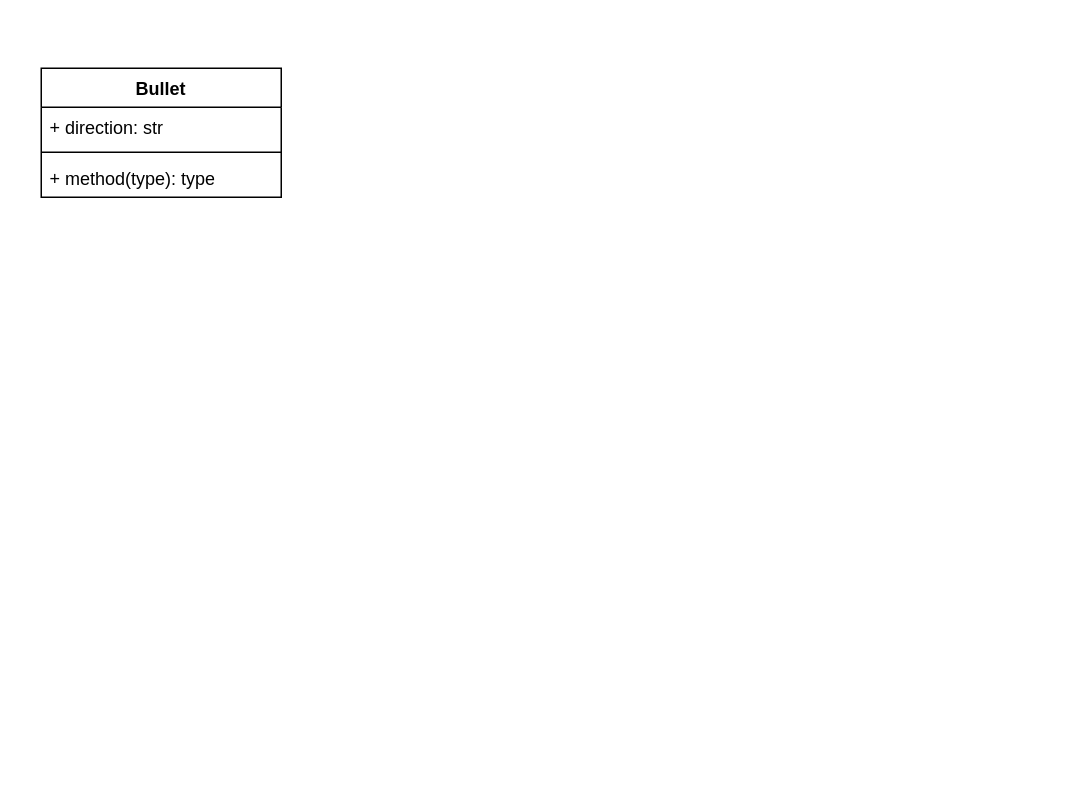
Earlier version of the draw.io diagram TankWar.drawio (hayden-pzhou/drawioChart). Source tidied: cells renumbered, new cells numbered last; positions are measured from the earlier drawing's top-left corner, leaving out a move shared by most shapes. Both pictures are drawn from the tidied source at 150%, with x=0, y=0 at pixel (40, 68).
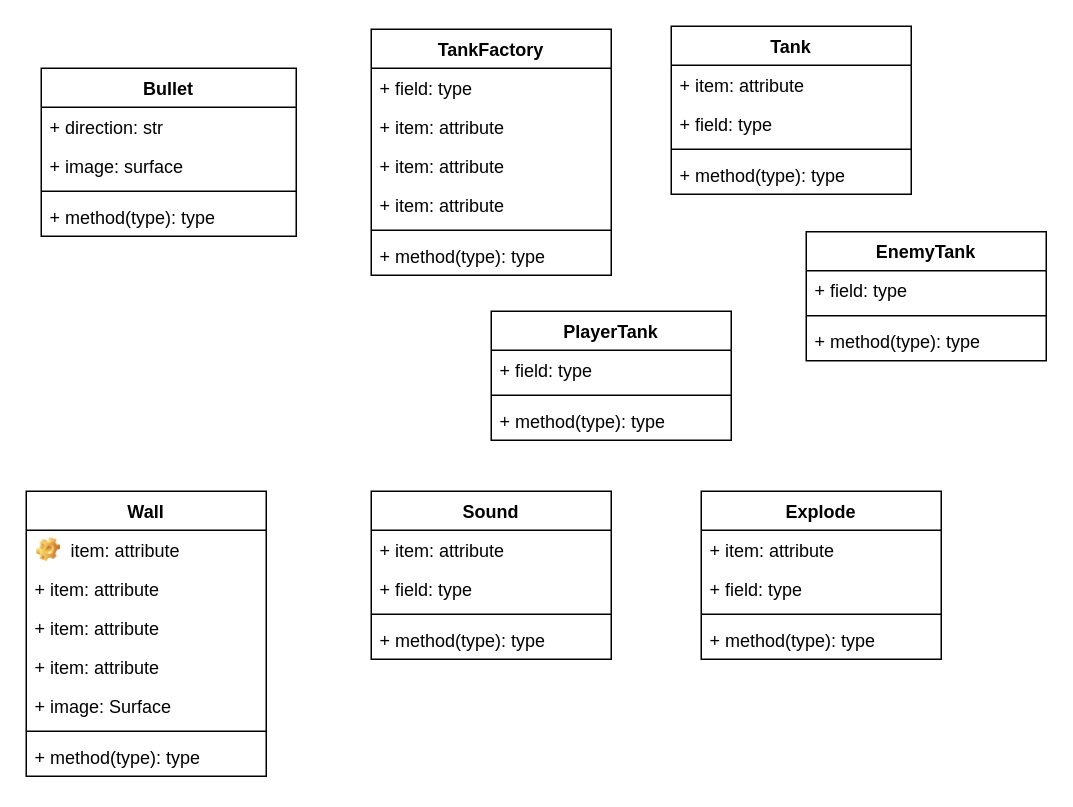
The same diagram, later.

Diff of the diagram source:
```diff
@@
     <mxCell id="2" value="Bullet" style="swimlane;fontStyle=1;align=center;verticalAlign=top;horizontal=1;startSize=26;whiteSpace=wrap;html=1;" parent="1" vertex="1">
-      <mxGeometry width="160" height="86" as="geometry" />
+      <mxGeometry width="170" height="112" as="geometry" />
     </mxCell>
     <mxCell id="3" value="+ direction: str&lt;br&gt;" style="text;strokeColor=none;fillColor=none;align=left;verticalAlign=top;spacingLeft=4;spacingRight=4;overflow=hidden;whiteSpace=wrap;html=1;" parent="2" vertex="1">
-      <mxGeometry y="26" width="160" height="26" as="geometry" />
+      <mxGeometry y="26" width="170" height="26" as="geometry" />
     </mxCell>
+    <mxCell id="6" value="+ image: surface" style="text;strokeColor=none;fillColor=none;align=left;verticalAlign=top;spacingLeft=4;spacingRight=4;overflow=hidden;whiteSpace=wrap;html=1;" parent="2" vertex="1">
+      <mxGeometry y="52" width="170" height="26" as="geometry" />
+    </mxCell>
     <mxCell id="4" style="line;strokeWidth=1;fillColor=none;align=left;verticalAlign=middle;spacingTop=-1;spacingLeft=3;spacingRight=3;labelPosition=right;strokeColor=inherit;" parent="2" vertex="1">
-      <mxGeometry y="52" width="160" height="8" as="geometry" />
+      <mxGeometry y="78" width="170" height="8" as="geometry" />
     </mxCell>
     <mxCell id="5" value="+ method(type): type" style="text;strokeColor=none;fillColor=none;align=left;verticalAlign=top;spacingLeft=4;spacingRight=4;overflow=hidden;whiteSpace=wrap;html=1;" parent="2" vertex="1">
-      <mxGeometry y="60" width="160" height="26" as="geometry" />
+      <mxGeometry y="86" width="170" height="26" as="geometry" />
     </mxCell>
+    <mxCell id="7" value="Tank" style="swimlane;fontStyle=1;align=center;verticalAlign=top;horizontal=1;startSize=26;whiteSpace=wrap;html=1;" parent="1" vertex="1">
+      <mxGeometry x="420" y="-28" width="160" height="112" as="geometry" />
+    </mxCell>
+    <mxCell id="8" value="+ item: attribute" style="text;strokeColor=none;fillColor=none;align=left;verticalAlign=top;spacingLeft=4;spacingRight=4;overflow=hidden;whiteSpace=wrap;html=1;" parent="7" vertex="1">
+      <mxGeometry y="26" width="160" height="26" as="geometry" />
+    </mxCell>
+    <mxCell id="9" value="+ field: type" style="text;strokeColor=none;fillColor=none;align=left;verticalAlign=top;spacingLeft=4;spacingRight=4;overflow=hidden;whiteSpace=wrap;html=1;" parent="7" vertex="1">
+      <mxGeometry y="52" width="160" height="26" as="geometry" />
+    </mxCell>
+    <mxCell id="10" style="line;strokeWidth=1;fillColor=none;align=left;verticalAlign=middle;spacingTop=-1;spacingLeft=3;spacingRight=3;labelPosition=right;strokeColor=inherit;" parent="7" vertex="1">
+      <mxGeometry y="78" width="160" height="8" as="geometry" />
+    </mxCell>
+    <mxCell id="11" value="+ method(type): type" style="text;strokeColor=none;fillColor=none;align=left;verticalAlign=top;spacingLeft=4;spacingRight=4;overflow=hidden;whiteSpace=wrap;html=1;" parent="7" vertex="1">
+      <mxGeometry y="86" width="160" height="26" as="geometry" />
+    </mxCell>
+    <mxCell id="12" value="Explode" style="swimlane;fontStyle=1;align=center;verticalAlign=top;horizontal=1;startSize=26;whiteSpace=wrap;html=1;" parent="1" vertex="1">
+      <mxGeometry x="440" y="282" width="160" height="112" as="geometry" />
+    </mxCell>
+    <mxCell id="13" value="+ item: attribute" style="text;strokeColor=none;fillColor=none;align=left;verticalAlign=top;spacingLeft=4;spacingRight=4;overflow=hidden;whiteSpace=wrap;html=1;" parent="12" vertex="1">
+      <mxGeometry y="26" width="160" height="26" as="geometry" />
+    </mxCell>
+    <mxCell id="14" value="+ field: type" style="text;strokeColor=none;fillColor=none;align=left;verticalAlign=top;spacingLeft=4;spacingRight=4;overflow=hidden;whiteSpace=wrap;html=1;" parent="12" vertex="1">
+      <mxGeometry y="52" width="160" height="26" as="geometry" />
+    </mxCell>
+    <mxCell id="15" style="line;strokeWidth=1;fillColor=none;align=left;verticalAlign=middle;spacingTop=-1;spacingLeft=3;spacingRight=3;labelPosition=right;strokeColor=inherit;" parent="12" vertex="1">
+      <mxGeometry y="78" width="160" height="8" as="geometry" />
+    </mxCell>
+    <mxCell id="16" value="+ method(type): type" style="text;strokeColor=none;fillColor=none;align=left;verticalAlign=top;spacingLeft=4;spacingRight=4;overflow=hidden;whiteSpace=wrap;html=1;" parent="12" vertex="1">
+      <mxGeometry y="86" width="160" height="26" as="geometry" />
+    </mxCell>
+    <mxCell id="17" value="Sound" style="swimlane;fontStyle=1;align=center;verticalAlign=top;horizontal=1;startSize=26;whiteSpace=wrap;html=1;" parent="1" vertex="1">
+      <mxGeometry x="220" y="282" width="160" height="112" as="geometry" />
+    </mxCell>
+    <mxCell id="18" value="+ item: attribute" style="text;strokeColor=none;fillColor=none;align=left;verticalAlign=top;spacingLeft=4;spacingRight=4;overflow=hidden;whiteSpace=wrap;html=1;" parent="17" vertex="1">
+      <mxGeometry y="26" width="160" height="26" as="geometry" />
+    </mxCell>
+    <mxCell id="19" value="+ field: type" style="text;strokeColor=none;fillColor=none;align=left;verticalAlign=top;spacingLeft=4;spacingRight=4;overflow=hidden;whiteSpace=wrap;html=1;" parent="17" vertex="1">
+      <mxGeometry y="52" width="160" height="26" as="geometry" />
+    </mxCell>
+    <mxCell id="20" style="line;strokeWidth=1;fillColor=none;align=left;verticalAlign=middle;spacingTop=-1;spacingLeft=3;spacingRight=3;labelPosition=right;strokeColor=inherit;" parent="17" vertex="1">
+      <mxGeometry y="78" width="160" height="8" as="geometry" />
+    </mxCell>
+    <mxCell id="21" value="+ method(type): type" style="text;strokeColor=none;fillColor=none;align=left;verticalAlign=top;spacingLeft=4;spacingRight=4;overflow=hidden;whiteSpace=wrap;html=1;" parent="17" vertex="1">
+      <mxGeometry y="86" width="160" height="26" as="geometry" />
+    </mxCell>
+    <mxCell id="22" value="EnemyTank" style="swimlane;fontStyle=1;align=center;verticalAlign=top;horizontal=1;startSize=26;whiteSpace=wrap;html=1;" parent="1" vertex="1">
+      <mxGeometry x="510" y="109" width="160" height="86" as="geometry" />
+    </mxCell>
+    <mxCell id="23" value="+ field: type" style="text;strokeColor=none;fillColor=none;align=left;verticalAlign=top;spacingLeft=4;spacingRight=4;overflow=hidden;whiteSpace=wrap;html=1;" parent="22" vertex="1">
+      <mxGeometry y="26" width="160" height="26" as="geometry" />
+    </mxCell>
+    <mxCell id="24" style="line;strokeWidth=1;fillColor=none;align=left;verticalAlign=middle;spacingTop=-1;spacingLeft=3;spacingRight=3;labelPosition=right;strokeColor=inherit;" parent="22" vertex="1">
+      <mxGeometry y="52" width="160" height="8" as="geometry" />
+    </mxCell>
+    <mxCell id="25" value="+ method(type): type" style="text;strokeColor=none;fillColor=none;align=left;verticalAlign=top;spacingLeft=4;spacingRight=4;overflow=hidden;whiteSpace=wrap;html=1;" parent="22" vertex="1">
+      <mxGeometry y="60" width="160" height="26" as="geometry" />
+    </mxCell>
+    <mxCell id="26" value="PlayerTank" style="swimlane;fontStyle=1;align=center;verticalAlign=top;horizontal=1;startSize=26;whiteSpace=wrap;html=1;" parent="1" vertex="1">
+      <mxGeometry x="300" y="162" width="160" height="86" as="geometry" />
+    </mxCell>
+    <mxCell id="27" value="+ field: type" style="text;strokeColor=none;fillColor=none;align=left;verticalAlign=top;spacingLeft=4;spacingRight=4;overflow=hidden;whiteSpace=wrap;html=1;" parent="26" vertex="1">
+      <mxGeometry y="26" width="160" height="26" as="geometry" />
+    </mxCell>
+    <mxCell id="28" style="line;strokeWidth=1;fillColor=none;align=left;verticalAlign=middle;spacingTop=-1;spacingLeft=3;spacingRight=3;labelPosition=right;strokeColor=inherit;" parent="26" vertex="1">
+      <mxGeometry y="52" width="160" height="8" as="geometry" />
+    </mxCell>
+    <mxCell id="29" value="+ method(type): type" style="text;strokeColor=none;fillColor=none;align=left;verticalAlign=top;spacingLeft=4;spacingRight=4;overflow=hidden;whiteSpace=wrap;html=1;" parent="26" vertex="1">
+      <mxGeometry y="60" width="160" height="26" as="geometry" />
+    </mxCell>
+    <mxCell id="30" value="Wall" style="swimlane;fontStyle=1;align=center;verticalAlign=top;horizontal=1;startSize=26;whiteSpace=wrap;html=1;" parent="1" vertex="1">
+      <mxGeometry x="-10" y="282" width="160" height="190" as="geometry" />
+    </mxCell>
+    <mxCell id="31" value="item: attribute" style="label;fontStyle=0;strokeColor=none;fillColor=none;align=left;verticalAlign=top;overflow=hidden;spacingLeft=28;spacingRight=4;imageWidth=16;imageHeight=16;whiteSpace=wrap;html=1;image=img/clipart/Gear_128x128.png;" parent="30" vertex="1">
+      <mxGeometry y="26" width="160" height="26" as="geometry" />
+    </mxCell>
+    <mxCell id="32" value="+ item: attribute" style="text;strokeColor=none;fillColor=none;align=left;verticalAlign=top;spacingLeft=4;spacingRight=4;overflow=hidden;whiteSpace=wrap;html=1;" parent="30" vertex="1">
+      <mxGeometry y="52" width="160" height="26" as="geometry" />
+    </mxCell>
+    <mxCell id="33" value="+ item: attribute" style="text;strokeColor=none;fillColor=none;align=left;verticalAlign=top;spacingLeft=4;spacingRight=4;overflow=hidden;whiteSpace=wrap;html=1;" parent="30" vertex="1">
+      <mxGeometry y="78" width="160" height="26" as="geometry" />
+    </mxCell>
+    <mxCell id="34" value="+ item: attribute" style="text;strokeColor=none;fillColor=none;align=left;verticalAlign=top;spacingLeft=4;spacingRight=4;overflow=hidden;whiteSpace=wrap;html=1;" parent="30" vertex="1">
+      <mxGeometry y="104" width="160" height="26" as="geometry" />
+    </mxCell>
+    <mxCell id="35" value="+ image: Surface" style="text;strokeColor=none;fillColor=none;align=left;verticalAlign=top;spacingLeft=4;spacingRight=4;overflow=hidden;whiteSpace=wrap;html=1;" parent="30" vertex="1">
+      <mxGeometry y="130" width="160" height="26" as="geometry" />
+    </mxCell>
+    <mxCell id="36" style="line;strokeWidth=1;fillColor=none;align=left;verticalAlign=middle;spacingTop=-1;spacingLeft=3;spacingRight=3;labelPosition=right;strokeColor=inherit;" parent="30" vertex="1">
+      <mxGeometry y="156" width="160" height="8" as="geometry" />
+    </mxCell>
+    <mxCell id="37" value="+ method(type): type" style="text;strokeColor=none;fillColor=none;align=left;verticalAlign=top;spacingLeft=4;spacingRight=4;overflow=hidden;whiteSpace=wrap;html=1;" parent="30" vertex="1">
+      <mxGeometry y="164" width="160" height="26" as="geometry" />
+    </mxCell>
+    <mxCell id="38" value="TankFactory" style="swimlane;fontStyle=1;align=center;verticalAlign=top;horizontal=1;startSize=26;whiteSpace=wrap;html=1;" parent="1" vertex="1">
+      <mxGeometry x="220" y="-26" width="160" height="164" as="geometry" />
+    </mxCell>
+    <mxCell id="39" value="+ field: type" style="text;strokeColor=none;fillColor=none;align=left;verticalAlign=top;spacingLeft=4;spacingRight=4;overflow=hidden;whiteSpace=wrap;html=1;" parent="38" vertex="1">
+      <mxGeometry y="26" width="160" height="26" as="geometry" />
+    </mxCell>
+    <mxCell id="40" value="+ item: attribute" style="text;strokeColor=none;fillColor=none;align=left;verticalAlign=top;spacingLeft=4;spacingRight=4;overflow=hidden;whiteSpace=wrap;html=1;" parent="38" vertex="1">
+      <mxGeometry y="52" width="160" height="26" as="geometry" />
+    </mxCell>
+    <mxCell id="41" value="+ item: attribute" style="text;strokeColor=none;fillColor=none;align=left;verticalAlign=top;spacingLeft=4;spacingRight=4;overflow=hidden;whiteSpace=wrap;html=1;" parent="38" vertex="1">
+      <mxGeometry y="78" width="160" height="26" as="geometry" />
+    </mxCell>
+    <mxCell id="42" value="+ item: attribute" style="text;strokeColor=none;fillColor=none;align=left;verticalAlign=top;spacingLeft=4;spacingRight=4;overflow=hidden;whiteSpace=wrap;html=1;" parent="38" vertex="1">
+      <mxGeometry y="104" width="160" height="26" as="geometry" />
+    </mxCell>
+    <mxCell id="43" style="line;strokeWidth=1;fillColor=none;align=left;verticalAlign=middle;spacingTop=-1;spacingLeft=3;spacingRight=3;labelPosition=right;strokeColor=inherit;" parent="38" vertex="1">
+      <mxGeometry y="130" width="160" height="8" as="geometry" />
+    </mxCell>
+    <mxCell id="44" value="+ method(type): type" style="text;strokeColor=none;fillColor=none;align=left;verticalAlign=top;spacingLeft=4;spacingRight=4;overflow=hidden;whiteSpace=wrap;html=1;" parent="38" vertex="1">
+      <mxGeometry y="138" width="160" height="26" as="geometry" />
+    </mxCell>
```
